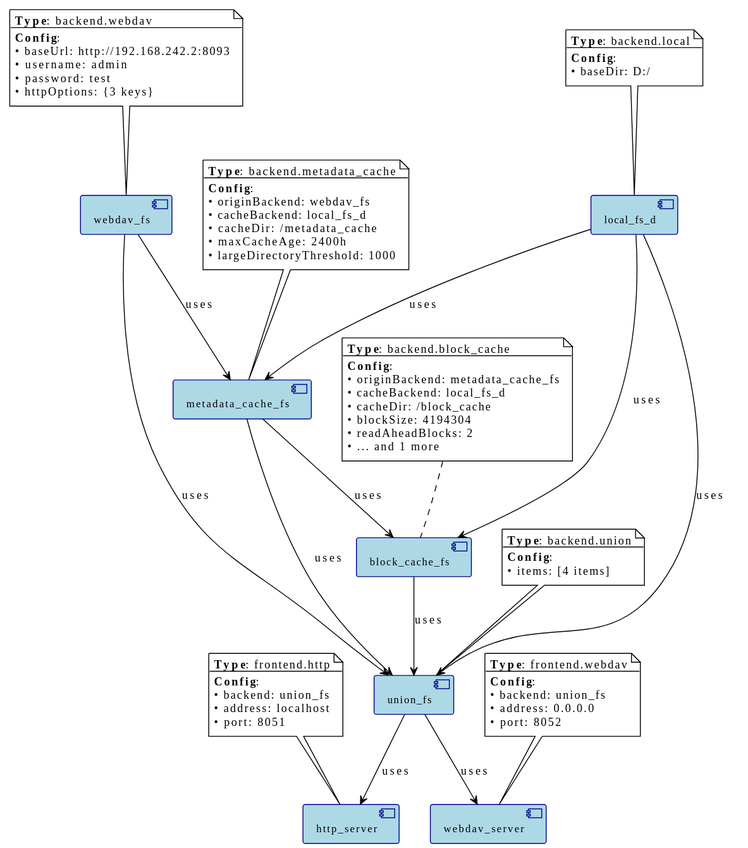
zhangzqs/vfs_framework keeps this PlantUML diagram as bin/component_diagram.svg. Above is the earlier version.
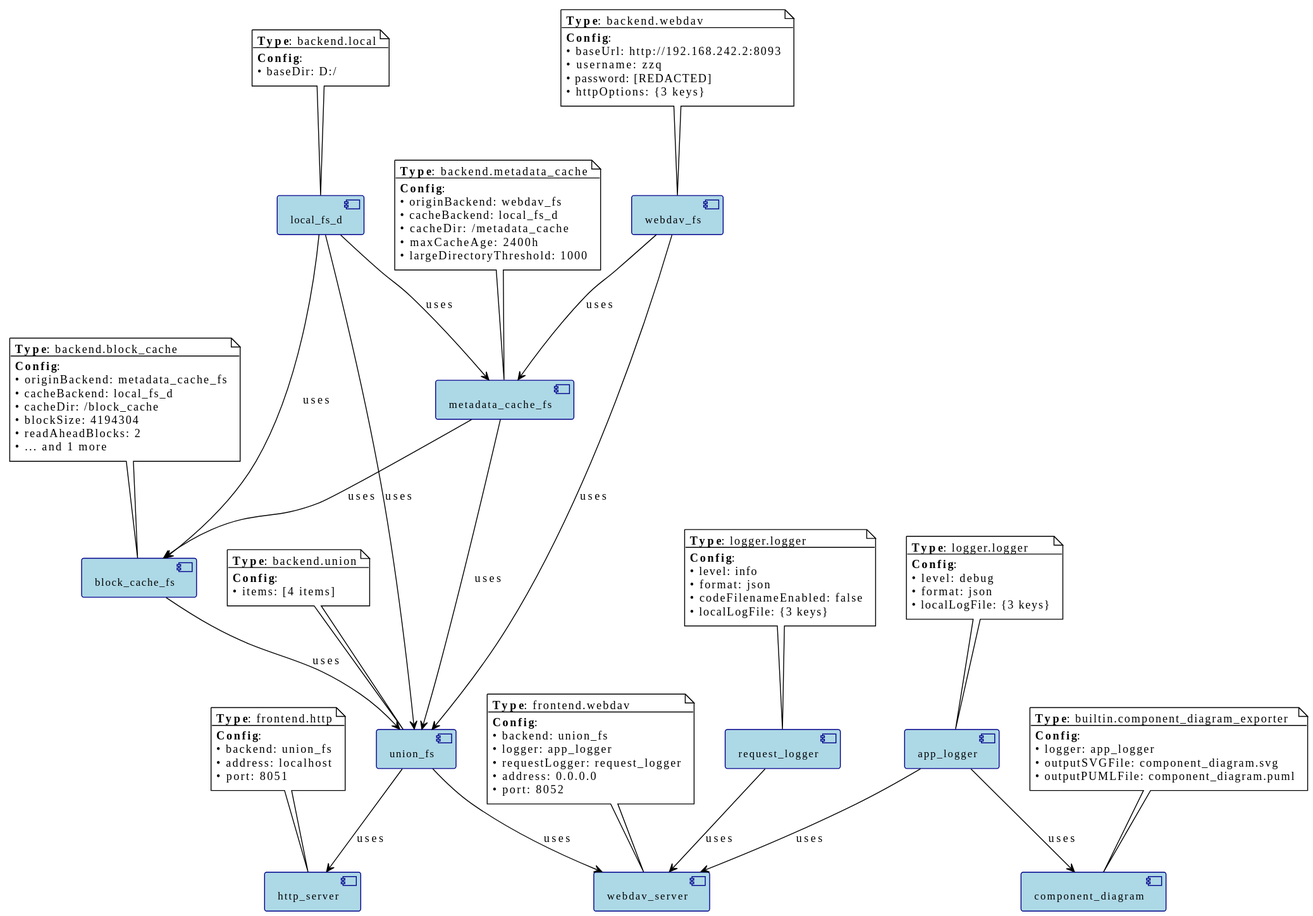
The same file after the commit.

The edit, as a diff of the source:
```diff
@@ -22,8 +22,8 @@
   --
   **Config**:
   • baseUrl: http://192.168.242.2:8093
-  • username: admin
-  • password: test
+  • username: zzq
+  • password: [REDACTED]
   • httpOptions: {3 keys}
 end note
 
@@ -70,14 +70,47 @@
   • port: 8051
 end note
 
+component [request_logger] as request_logger
+note top of request_logger
+  **Type**: logger.logger
+  --
+  **Config**:
+  • level: info
+  • format: json
+  • codeFilenameEnabled: false
+  • localLogFile: {3 keys}
+end note
+
+component [app_logger] as app_logger
+note top of app_logger
+  **Type**: logger.logger
+  --
+  **Config**:
+  • level: debug
+  • format: json
+  • localLogFile: {3 keys}
+end note
+
 component [webdav_server] as webdav_server
 note top of webdav_server
   **Type**: frontend.webdav
   --
   **Config**:
   • backend: union_fs
+  • logger: app_logger
+  • requestLogger: request_logger
   • address: 0.0.0.0
   • port: 8052
+end note
+
+component [component_diagram] as component_diagram
+note top of component_diagram
+  **Type**: builtin.component_diagram_exporter
+  --
+  **Config**:
+  • logger: app_logger
+  • outputSVGFile: component_diagram.svg
+  • outputPUMLFile: component_diagram.puml
 end note
 
 webdav_fs --> metadata_cache_fs : uses
@@ -90,4 +123,7 @@
 webdav_fs --> union_fs : uses
 union_fs --> http_server : uses
 union_fs --> webdav_server : uses
+app_logger --> webdav_server : uses
+request_logger --> webdav_server : uses
+app_logger --> component_diagram : uses
 @enduml
```
